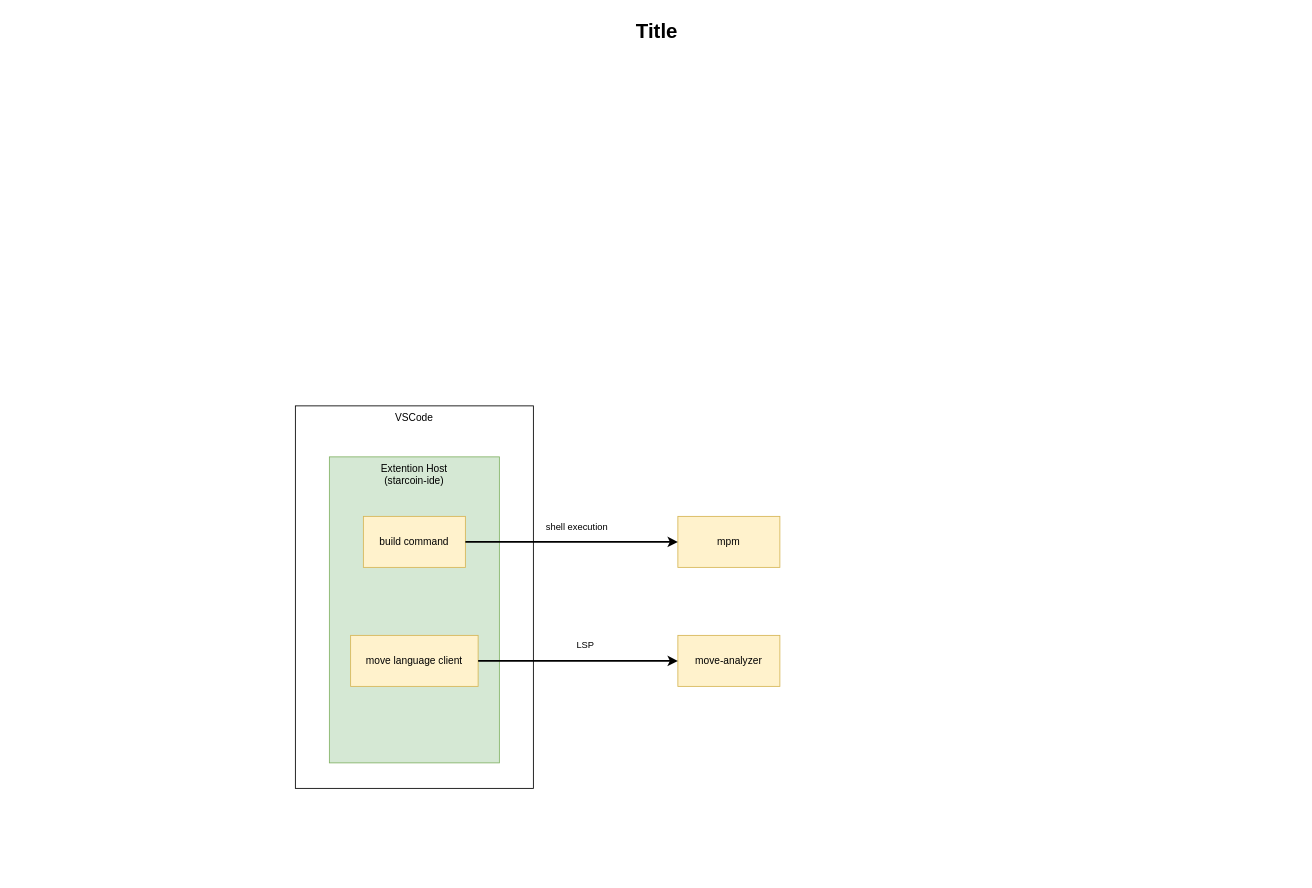
The draw.io diagram page "方案1-放一个扩展里" (1 of 2) of docs/Untitled Diagram.drawio in starcoinorg/starcoin-ide, before the edit. Source tidied: cells renumbered, new cells numbered last; positions are measured from the earlier drawing's top-left corner, leaving out a move shared by most shapes. Both pictures are drawn from the tidied source at 85%, with x=0, y=0 at pixel (14, 14).
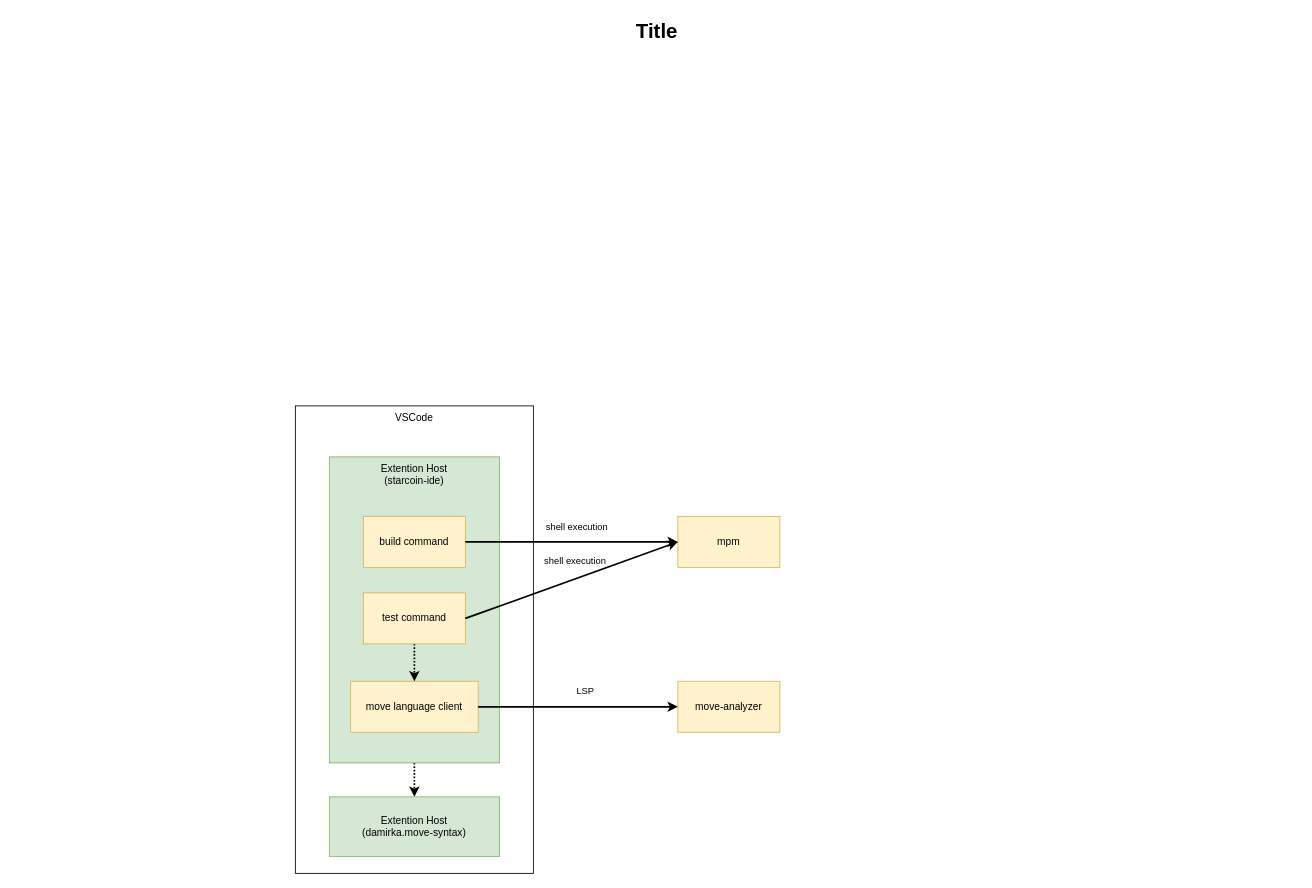
Above is the later version.

Unchanged cells that the change refers to:
```xml
<mxCell id="4" value="Extention Host &lt;br&gt;(starcoin-ide)" style="rounded=0;whiteSpace=wrap;html=1;verticalAlign=top;fillColor=#d5e8d4;strokeColor=#82b366;" parent="1" vertex="1">
  <mxGeometry x="370" y="520" width="200" height="360" as="geometry" />
</mxCell>
<mxCell id="5" value="mpm" style="rounded=0;whiteSpace=wrap;html=1;fillColor=#fff2cc;strokeColor=#d6b656;" parent="1" vertex="1">
  <mxGeometry x="780" y="590" width="120" height="60" as="geometry" />
</mxCell>
```

Change to the diagram source:
```diff
@@
     <mxCell id="3" value="VSCode" style="rounded=0;whiteSpace=wrap;html=1;verticalAlign=top;" parent="1" vertex="1">
-      <mxGeometry x="330" y="460" width="280" height="450" as="geometry" />
+      <mxGeometry x="330" y="460" width="280" height="550" as="geometry" />
     </mxCell>
+    <mxCell id="13" style="edgeStyle=orthogonalEdgeStyle;rounded=0;jettySize=auto;html=1;entryX=0.5;entryY=0;entryDx=0;entryDy=0;dashed=1;dashPattern=1 1;strokeWidth=2;" parent="1" edge="1" source="4" target="18">
+      <mxGeometry relative="1" as="geometry" />
+    </mxCell>
@@
     <mxCell id="6" value="move-analyzer" style="rounded=0;whiteSpace=wrap;html=1;fillColor=#fff2cc;strokeColor=#d6b656;" parent="1" vertex="1">
-      <mxGeometry x="780" y="730" width="120" height="60" as="geometry" />
+      <mxGeometry x="780" y="784" width="120" height="60" as="geometry" />
     </mxCell>
@@
     <mxCell id="8" value="move language client" style="rounded=0;whiteSpace=wrap;html=1;fillColor=#fff2cc;strokeColor=#d6b656;" parent="1" vertex="1">
-      <mxGeometry x="395" y="730" width="150" height="60" as="geometry" />
+      <mxGeometry x="395" y="784" width="150" height="60" as="geometry" />
     </mxCell>
@@
+    <mxCell id="14" style="edgeStyle=orthogonalEdgeStyle;rounded=0;jettySize=auto;html=1;dashed=1;dashPattern=1 1;strokeWidth=2;" parent="1" edge="1" source="15" target="8">
+      <mxGeometry relative="1" as="geometry" />
+    </mxCell>
+    <mxCell id="15" value="test command" style="rounded=0;whiteSpace=wrap;html=1;fillColor=#fff2cc;strokeColor=#d6b656;" parent="1" vertex="1">
+      <mxGeometry x="410" y="680" width="120" height="60" as="geometry" />
+    </mxCell>
+    <mxCell id="16" style="endArrow=classic;html=1;rounded=0;exitX=1;exitY=0.5;exitDx=0;exitDy=0;entryX=0;entryY=0.5;entryDx=0;entryDy=0;strokeWidth=2;" parent="1" edge="1" source="15" target="5">
+      <mxGeometry relative="1" as="geometry" />
+    </mxCell>
+    <mxCell id="17" value="shell execution" style="edgeLabel;html=1;align=center;verticalAlign=middle;" parent="16" vertex="1">
+      <mxGeometry x="0.08" y="2" relative="1" as="geometry">
+        <mxPoint x="-5" y="-17" as="offset" />
+      </mxGeometry>
+    </mxCell>
+    <mxCell id="18" value="Extention Host &lt;br&gt;(damirka.move-syntax)" style="rounded=0;whiteSpace=wrap;html=1;verticalAlign=middle;fillColor=#d5e8d4;strokeColor=#82b366;" parent="1" vertex="1">
+      <mxGeometry x="370" y="920" width="200" height="70" as="geometry" />
+    </mxCell>
```
